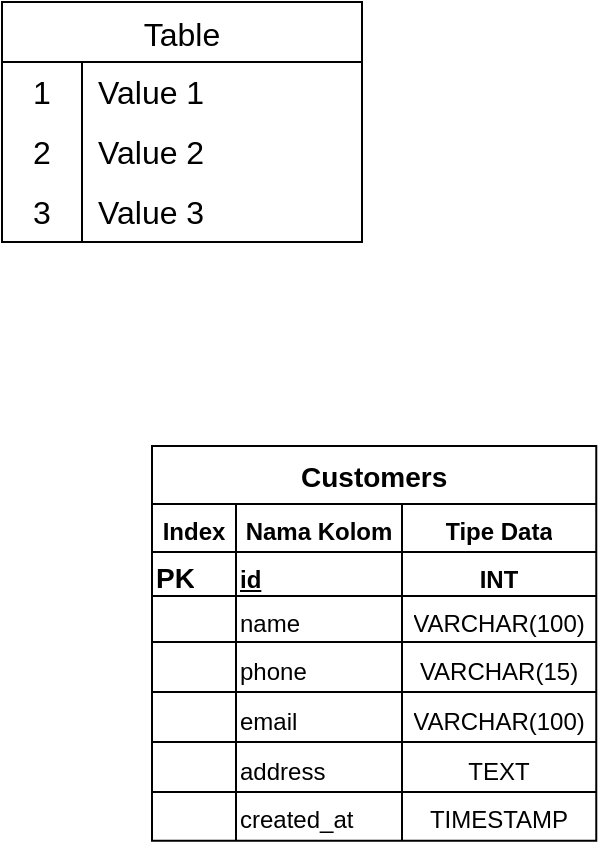
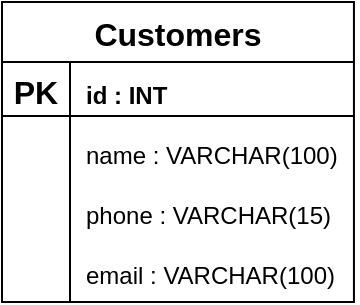
<mxfile host="Electron">
  <diagram name="Page-1" id="kJ8Mc6y_ZzB0DB1dgNBE">
-     <mxGraphModel dx="1063" dy="628" grid="0" gridSize="10" guides="1" tooltips="1" connect="1" arrows="1" fold="1" page="1" pageScale="1" pageWidth="1169" pageHeight="827" background="#ffffff" math="0" shadow="0">
+     <mxGraphModel dx="1747" dy="1031" grid="0" gridSize="10" guides="1" tooltips="1" connect="1" arrows="1" fold="1" page="1" pageScale="1" pageWidth="1169" pageHeight="827" background="#ffffff" math="0" shadow="0">
      <root>
        <mxCell id="0" />
        <mxCell id="1" parent="0" />
-         <mxCell id="spA_d-TOyame6YQLWrdW-179" parent="1" style="shape=table;startSize=30;container=1;collapsible=0;childLayout=tableLayout;fixedRows=1;rowLines=0;fontStyle=0;strokeColor=#000000;fontSize=16;fontColor=#000000;fillColor=#FFFFFF;" value="Table" vertex="1">
-           <mxGeometry height="120" width="180" x="66" y="42" as="geometry" />
+         <mxCell id="spA_d-TOyame6YQLWrdW-179" parent="1" style="shape=table;startSize=30;container=1;collapsible=0;childLayout=tableLayout;fixedRows=1;rowLines=0;fontStyle=1;strokeColor=#000000;fontSize=16;fontColor=#000000;fillColor=#FFFFFF;" value="Customers" vertex="1">
+           <mxGeometry height="150" width="175.9722609747027" x="104" y="78" as="geometry" />
        </mxCell>
        <mxCell id="spA_d-TOyame6YQLWrdW-180" parent="spA_d-TOyame6YQLWrdW-179" style="shape=tableRow;horizontal=0;startSize=0;swimlaneHead=0;swimlaneBody=0;top=0;left=0;bottom=0;right=0;collapsible=0;dropTarget=0;fillColor=none;points=[[0,0.5],[1,0.5]];portConstraint=eastwest;strokeColor=inherit;fontSize=16;" value="" vertex="1">
-           <mxGeometry height="30" width="180" y="30" as="geometry" />
+           <mxGeometry height="30" width="175.9722609747027" y="30" as="geometry" />
        </mxCell>
-         <mxCell id="spA_d-TOyame6YQLWrdW-181" parent="spA_d-TOyame6YQLWrdW-180" style="shape=partialRectangle;html=1;whiteSpace=wrap;connectable=0;fillColor=none;top=0;left=0;bottom=0;right=0;overflow=hidden;pointerEvents=1;strokeColor=#000000;fontSize=16;fontColor=#000000;" value="1" vertex="1">
-           <mxGeometry height="30" width="40" as="geometry">
-             <mxRectangle height="30" width="40" as="alternateBounds" />
+         <mxCell id="spA_d-TOyame6YQLWrdW-181" parent="spA_d-TOyame6YQLWrdW-180" style="shape=partialRectangle;html=1;whiteSpace=wrap;connectable=0;fillColor=none;top=0;left=0;bottom=0;right=0;overflow=hidden;pointerEvents=1;strokeColor=#000000;fontSize=16;fontColor=#000000;" value="&lt;b&gt;PK&lt;/b&gt;" vertex="1">
+           <mxGeometry height="30" width="34" as="geometry">
+             <mxRectangle height="30" width="34" as="alternateBounds" />
          </mxGeometry>
        </mxCell>
-         <mxCell id="spA_d-TOyame6YQLWrdW-182" parent="spA_d-TOyame6YQLWrdW-180" style="shape=partialRectangle;html=1;whiteSpace=wrap;connectable=0;fillColor=none;top=0;left=0;bottom=0;right=0;align=left;spacingLeft=6;overflow=hidden;strokeColor=#000000;fontSize=16;fontColor=#000000;" value="Value 1" vertex="1">
-           <mxGeometry height="30" width="140" x="40" as="geometry">
-             <mxRectangle height="30" width="140" as="alternateBounds" />
+         <mxCell id="spA_d-TOyame6YQLWrdW-182" parent="spA_d-TOyame6YQLWrdW-180" style="shape=partialRectangle;html=1;whiteSpace=wrap;connectable=0;fillColor=none;top=0;left=0;bottom=0;right=0;align=left;spacingLeft=6;overflow=hidden;strokeColor=#000000;fontSize=16;fontColor=#000000;" value="&lt;font style=&quot;font-size: 12px;&quot;&gt;&lt;b&gt;id : INT&lt;/b&gt;&lt;/font&gt;" vertex="1">
+           <mxGeometry height="30" width="142" x="34" as="geometry">
+             <mxRectangle height="30" width="142" as="alternateBounds" />
          </mxGeometry>
        </mxCell>
        <mxCell id="spA_d-TOyame6YQLWrdW-183" parent="spA_d-TOyame6YQLWrdW-179" style="shape=tableRow;horizontal=0;startSize=0;swimlaneHead=0;swimlaneBody=0;top=0;left=0;bottom=0;right=0;collapsible=0;dropTarget=0;fillColor=none;points=[[0,0.5],[1,0.5]];portConstraint=eastwest;strokeColor=inherit;fontSize=16;" value="" vertex="1">
-           <mxGeometry height="30" width="180" y="60" as="geometry" />
+           <mxGeometry height="30" width="175.9722609747027" y="60" as="geometry" />
        </mxCell>
-         <mxCell id="spA_d-TOyame6YQLWrdW-184" parent="spA_d-TOyame6YQLWrdW-183" style="shape=partialRectangle;html=1;whiteSpace=wrap;connectable=0;fillColor=none;top=0;left=0;bottom=0;right=0;overflow=hidden;strokeColor=inherit;fontSize=16;fontColor=#000000;" value="2" vertex="1">
-           <mxGeometry height="30" width="40" as="geometry">
-             <mxRectangle height="30" width="40" as="alternateBounds" />
+         <mxCell id="spA_d-TOyame6YQLWrdW-184" parent="spA_d-TOyame6YQLWrdW-183" style="shape=partialRectangle;html=1;whiteSpace=wrap;connectable=0;fillColor=none;top=0;left=0;bottom=0;right=0;overflow=hidden;strokeColor=inherit;fontSize=16;fontColor=#000000;" value="" vertex="1">
+           <mxGeometry height="30" width="34" as="geometry">
+             <mxRectangle height="30" width="34" as="alternateBounds" />
          </mxGeometry>
        </mxCell>
-         <mxCell id="spA_d-TOyame6YQLWrdW-185" parent="spA_d-TOyame6YQLWrdW-183" style="shape=partialRectangle;html=1;whiteSpace=wrap;connectable=0;fillColor=none;top=0;left=0;bottom=0;right=0;align=left;spacingLeft=6;overflow=hidden;strokeColor=inherit;fontSize=16;fontColor=#000000;" value="Value 2" vertex="1">
-           <mxGeometry height="30" width="140" x="40" as="geometry">
-             <mxRectangle height="30" width="140" as="alternateBounds" />
+         <mxCell id="spA_d-TOyame6YQLWrdW-185" parent="spA_d-TOyame6YQLWrdW-183" style="shape=partialRectangle;html=1;whiteSpace=wrap;connectable=0;fillColor=none;top=0;left=0;bottom=0;right=0;align=left;spacingLeft=6;overflow=hidden;strokeColor=inherit;fontSize=16;fontColor=#000000;" value="&lt;span style=&quot;color: rgb(0, 0, 0); font-size: 12px;&quot;&gt;name :&amp;nbsp;&lt;/span&gt;&lt;span style=&quot;color: rgb(0, 0, 0); font-size: 12px; text-align: center;&quot;&gt;VARCHAR(100)&lt;/span&gt;" vertex="1">
+           <mxGeometry height="30" width="142" x="34" as="geometry">
+             <mxRectangle height="30" width="142" as="alternateBounds" />
          </mxGeometry>
        </mxCell>
        <mxCell id="spA_d-TOyame6YQLWrdW-186" parent="spA_d-TOyame6YQLWrdW-179" style="shape=tableRow;horizontal=0;startSize=0;swimlaneHead=0;swimlaneBody=0;top=0;left=0;bottom=0;right=0;collapsible=0;dropTarget=0;fillColor=none;points=[[0,0.5],[1,0.5]];portConstraint=eastwest;strokeColor=inherit;fontSize=16;" value="" vertex="1">
-           <mxGeometry height="30" width="180" y="90" as="geometry" />
+           <mxGeometry height="30" width="175.9722609747027" y="90" as="geometry" />
        </mxCell>
-         <mxCell id="spA_d-TOyame6YQLWrdW-187" parent="spA_d-TOyame6YQLWrdW-186" style="shape=partialRectangle;html=1;whiteSpace=wrap;connectable=0;fillColor=none;top=0;left=0;bottom=0;right=0;overflow=hidden;strokeColor=inherit;fontSize=16;fontColor=#000000;" value="3" vertex="1">
-           <mxGeometry height="30" width="40" as="geometry">
-             <mxRectangle height="30" width="40" as="alternateBounds" />
+         <mxCell id="spA_d-TOyame6YQLWrdW-187" parent="spA_d-TOyame6YQLWrdW-186" style="shape=partialRectangle;html=1;whiteSpace=wrap;connectable=0;fillColor=none;top=0;left=0;bottom=0;right=0;overflow=hidden;strokeColor=inherit;fontSize=16;fontColor=#000000;" value="" vertex="1">
+           <mxGeometry height="30" width="34" as="geometry">
+             <mxRectangle height="30" width="34" as="alternateBounds" />
          </mxGeometry>
        </mxCell>
-         <mxCell id="spA_d-TOyame6YQLWrdW-188" parent="spA_d-TOyame6YQLWrdW-186" style="shape=partialRectangle;html=1;whiteSpace=wrap;connectable=0;fillColor=none;top=0;left=0;bottom=0;right=0;align=left;spacingLeft=6;overflow=hidden;strokeColor=inherit;fontSize=16;fontColor=#000000;" value="Value 3" vertex="1">
-           <mxGeometry height="30" width="140" x="40" as="geometry">
-             <mxRectangle height="30" width="140" as="alternateBounds" />
+         <mxCell id="spA_d-TOyame6YQLWrdW-188" parent="spA_d-TOyame6YQLWrdW-186" style="shape=partialRectangle;html=1;whiteSpace=wrap;connectable=0;fillColor=none;top=0;left=0;bottom=0;right=0;align=left;spacingLeft=6;overflow=hidden;strokeColor=inherit;fontSize=16;fontColor=#000000;" value="&lt;span style=&quot;color: rgb(0, 0, 0); font-size: 12px;&quot;&gt;phone :&amp;nbsp;&lt;/span&gt;&lt;span style=&quot;color: rgb(0, 0, 0); font-size: 12px; text-align: center;&quot;&gt;VARCHAR(15)&lt;/span&gt;" vertex="1">
+           <mxGeometry height="30" width="142" x="34" as="geometry">
+             <mxRectangle height="30" width="142" as="alternateBounds" />
          </mxGeometry>
        </mxCell>
-         <mxCell id="spA_d-TOyame6YQLWrdW-189" parent="1" style="shape=table;startSize=29;container=1;collapsible=0;childLayout=tableLayout;strokeColor=#000000;fontSize=14;fillColor=#FFFFFF;fontColor=#000000;fontStyle=1" value="Customers" vertex="1">
-           <mxGeometry height="197.42448286576732" width="222.13728496780504" x="141" y="264" as="geometry" />
+         <mxCell id="Xo8xpW6T9qOqPY2RvKqo-4" parent="spA_d-TOyame6YQLWrdW-179" style="shape=tableRow;horizontal=0;startSize=0;swimlaneHead=0;swimlaneBody=0;top=0;left=0;bottom=0;right=0;collapsible=0;dropTarget=0;fillColor=none;points=[[0,0.5],[1,0.5]];portConstraint=eastwest;strokeColor=inherit;fontSize=16;" value="" vertex="1">
+           <mxGeometry height="30" width="175.9722609747027" y="120" as="geometry" />
        </mxCell>
-         <mxCell id="spA_d-TOyame6YQLWrdW-190" parent="spA_d-TOyame6YQLWrdW-189" style="shape=tableRow;horizontal=0;startSize=0;swimlaneHead=0;swimlaneBody=0;strokeColor=#000000;top=0;left=0;bottom=0;right=0;collapsible=0;dropTarget=0;fillColor=none;points=[[0,0.5],[1,0.5]];portConstraint=eastwest;fontSize=16;" value="" vertex="1">
-           <mxGeometry height="24" width="222.13728496780504" y="29" as="geometry" />
-         </mxCell>
-         <mxCell id="spA_d-TOyame6YQLWrdW-191" parent="spA_d-TOyame6YQLWrdW-190" style="shape=partialRectangle;html=1;whiteSpace=wrap;connectable=0;strokeColor=#000000;overflow=hidden;fillColor=none;top=0;left=0;bottom=0;right=0;pointerEvents=1;fontSize=16;align=center;" value="&lt;font color=&quot;#000000&quot;&gt;&lt;span style=&quot;font-size: 12px;&quot;&gt;&lt;b&gt;Index&lt;/b&gt;&lt;/span&gt;&lt;/font&gt;" vertex="1">
-           <mxGeometry height="24" width="42" as="geometry">
-             <mxRectangle height="24" width="42" as="alternateBounds" />
+         <mxCell id="Xo8xpW6T9qOqPY2RvKqo-5" parent="Xo8xpW6T9qOqPY2RvKqo-4" style="shape=partialRectangle;html=1;whiteSpace=wrap;connectable=0;fillColor=none;top=0;left=0;bottom=0;right=0;overflow=hidden;strokeColor=inherit;fontSize=16;fontColor=#000000;" value="" vertex="1">
+           <mxGeometry height="30" width="34" as="geometry">
+             <mxRectangle height="30" width="34" as="alternateBounds" />
          </mxGeometry>
        </mxCell>
-         <mxCell id="spA_d-TOyame6YQLWrdW-192" parent="spA_d-TOyame6YQLWrdW-190" style="shape=partialRectangle;html=1;whiteSpace=wrap;connectable=0;strokeColor=#000000;overflow=hidden;fillColor=none;top=0;left=0;bottom=0;right=0;pointerEvents=1;fontSize=16;" value="&lt;b style=&quot;color: rgb(0, 0, 0); font-size: 12px;&quot;&gt;Nama Kolom&lt;/b&gt;" vertex="1">
-           <mxGeometry height="24" width="83" x="42" as="geometry">
-             <mxRectangle height="24" width="83" as="alternateBounds" />
+         <mxCell id="Xo8xpW6T9qOqPY2RvKqo-6" parent="Xo8xpW6T9qOqPY2RvKqo-4" style="shape=partialRectangle;html=1;whiteSpace=wrap;connectable=0;fillColor=none;top=0;left=0;bottom=0;right=0;align=left;spacingLeft=6;overflow=hidden;strokeColor=inherit;fontSize=16;fontColor=#000000;" value="&lt;span style=&quot;color: rgb(0, 0, 0); font-size: 12px;&quot;&gt;email :&amp;nbsp;&lt;/span&gt;&lt;span style=&quot;color: rgb(0, 0, 0); font-size: 12px; text-align: center;&quot;&gt;VARCHAR(100)&lt;/span&gt;" vertex="1">
+           <mxGeometry height="30" width="142" x="34" as="geometry">
+             <mxRectangle height="30" width="142" as="alternateBounds" />
          </mxGeometry>
        </mxCell>
-         <mxCell id="spA_d-TOyame6YQLWrdW-193" parent="spA_d-TOyame6YQLWrdW-190" style="shape=partialRectangle;html=1;whiteSpace=wrap;connectable=0;strokeColor=#000000;overflow=hidden;fillColor=none;top=0;left=0;bottom=0;right=0;pointerEvents=1;fontSize=16;" value="&lt;b style=&quot;color: rgb(0, 0, 0); font-size: 12px;&quot;&gt;Tipe Data&lt;/b&gt;&lt;span data-path-to-node=&quot;10,1,1,0&quot;&gt;&lt;/span&gt;" vertex="1">
-           <mxGeometry height="24" width="97" x="125" as="geometry">
-             <mxRectangle height="24" width="97" as="alternateBounds" />
-           </mxGeometry>
-         </mxCell>
-         <mxCell id="spA_d-TOyame6YQLWrdW-194" parent="spA_d-TOyame6YQLWrdW-189" style="shape=tableRow;horizontal=0;startSize=0;swimlaneHead=0;swimlaneBody=0;strokeColor=#000000;top=0;left=0;bottom=0;right=0;collapsible=0;dropTarget=0;fillColor=none;points=[[0,0.5],[1,0.5]];portConstraint=eastwest;fontSize=16;" value="" vertex="1">
-           <mxGeometry height="22" width="222.13728496780504" y="53" as="geometry" />
-         </mxCell>
-         <mxCell id="spA_d-TOyame6YQLWrdW-195" parent="spA_d-TOyame6YQLWrdW-194" style="shape=partialRectangle;html=1;whiteSpace=wrap;connectable=0;strokeColor=#000000;overflow=hidden;fillColor=none;top=0;left=0;bottom=0;right=0;pointerEvents=1;fontSize=16;align=left;" value="&lt;b style=&quot;color: rgb(0, 0, 0);&quot;&gt;&lt;font style=&quot;font-size: 14px;&quot;&gt;PK&lt;/font&gt;&lt;/b&gt;" vertex="1">
-           <mxGeometry height="22" width="42" as="geometry">
-             <mxRectangle height="22" width="42" as="alternateBounds" />
-           </mxGeometry>
-         </mxCell>
-         <mxCell id="spA_d-TOyame6YQLWrdW-196" parent="spA_d-TOyame6YQLWrdW-194" style="shape=partialRectangle;html=1;whiteSpace=wrap;connectable=0;strokeColor=#000000;overflow=hidden;fillColor=none;top=0;left=0;bottom=0;right=0;pointerEvents=1;fontSize=16;align=left;" value="&lt;div style=&quot;&quot;&gt;&lt;span style=&quot;color: rgb(0, 0, 0); font-size: 12px; font-weight: 700; text-decoration: underline;&quot;&gt;id&lt;/span&gt;&lt;/div&gt;&lt;span data-path-to-node=&quot;9,1,0,0&quot;&gt;&lt;/span&gt;" vertex="1">
-           <mxGeometry height="22" width="83" x="42" as="geometry">
-             <mxRectangle height="22" width="83" as="alternateBounds" />
-           </mxGeometry>
-         </mxCell>
-         <mxCell id="spA_d-TOyame6YQLWrdW-197" parent="spA_d-TOyame6YQLWrdW-194" style="shape=partialRectangle;html=1;whiteSpace=wrap;connectable=0;strokeColor=#000000;overflow=hidden;fillColor=none;top=0;left=0;bottom=0;right=0;pointerEvents=1;fontSize=16;align=center;" value="&lt;b style=&quot;color: rgb(0, 0, 0); font-size: 12px;&quot;&gt;INT&lt;/b&gt;" vertex="1">
-           <mxGeometry height="22" width="97" x="125" as="geometry">
-             <mxRectangle height="22" width="97" as="alternateBounds" />
-           </mxGeometry>
-         </mxCell>
-         <mxCell id="spA_d-TOyame6YQLWrdW-198" parent="spA_d-TOyame6YQLWrdW-189" style="shape=tableRow;horizontal=0;startSize=0;swimlaneHead=0;swimlaneBody=0;strokeColor=#000000;top=0;left=0;bottom=0;right=0;collapsible=0;dropTarget=0;fillColor=none;points=[[0,0.5],[1,0.5]];portConstraint=eastwest;fontSize=16;" value="" vertex="1">
-           <mxGeometry height="23" width="222.13728496780504" y="75" as="geometry" />
-         </mxCell>
-         <mxCell id="spA_d-TOyame6YQLWrdW-199" parent="spA_d-TOyame6YQLWrdW-198" style="shape=partialRectangle;html=1;whiteSpace=wrap;connectable=0;strokeColor=#000000;overflow=hidden;fillColor=none;top=0;left=0;bottom=0;right=0;pointerEvents=1;fontSize=16;align=left;" value="" vertex="1">
-           <mxGeometry height="23" width="42" as="geometry">
-             <mxRectangle height="23" width="42" as="alternateBounds" />
-           </mxGeometry>
-         </mxCell>
-         <mxCell id="spA_d-TOyame6YQLWrdW-200" parent="spA_d-TOyame6YQLWrdW-198" style="shape=partialRectangle;html=1;whiteSpace=wrap;connectable=0;strokeColor=#000000;overflow=hidden;fillColor=none;top=0;left=0;bottom=0;right=0;pointerEvents=1;fontSize=16;align=left;" value="&lt;div style=&quot;&quot;&gt;&lt;span style=&quot;color: rgb(0, 0, 0); font-size: 12px; background-color: transparent;&quot;&gt;name&lt;/span&gt;&lt;/div&gt;&lt;span data-path-to-node=&quot;9,2,0,0&quot;&gt;&lt;/span&gt;" vertex="1">
-           <mxGeometry height="23" width="83" x="42" as="geometry">
-             <mxRectangle height="23" width="83" as="alternateBounds" />
-           </mxGeometry>
-         </mxCell>
-         <mxCell id="spA_d-TOyame6YQLWrdW-201" parent="spA_d-TOyame6YQLWrdW-198" style="shape=partialRectangle;html=1;whiteSpace=wrap;connectable=0;strokeColor=#000000;overflow=hidden;fillColor=none;top=0;left=0;bottom=0;right=0;pointerEvents=1;fontSize=16;align=center;" value="&lt;span style=&quot;color: rgb(0, 0, 0); font-size: 12px;&quot;&gt;VARCHAR(100)&lt;/span&gt;" vertex="1">
-           <mxGeometry height="23" width="97" x="125" as="geometry">
-             <mxRectangle height="23" width="97" as="alternateBounds" />
-           </mxGeometry>
-         </mxCell>
-         <mxCell id="spA_d-TOyame6YQLWrdW-202" parent="spA_d-TOyame6YQLWrdW-189" style="shape=tableRow;horizontal=0;startSize=0;swimlaneHead=0;swimlaneBody=0;strokeColor=#000000;top=0;left=0;bottom=0;right=0;collapsible=0;dropTarget=0;fillColor=none;points=[[0,0.5],[1,0.5]];portConstraint=eastwest;fontSize=16;" value="" vertex="1">
-           <mxGeometry height="25" width="222.13728496780504" y="98" as="geometry" />
-         </mxCell>
-         <mxCell id="spA_d-TOyame6YQLWrdW-203" parent="spA_d-TOyame6YQLWrdW-202" style="shape=partialRectangle;html=1;whiteSpace=wrap;connectable=0;strokeColor=#000000;overflow=hidden;fillColor=none;top=0;left=0;bottom=0;right=0;pointerEvents=1;fontSize=16;align=left;" value="" vertex="1">
-           <mxGeometry height="25" width="42" as="geometry">
-             <mxRectangle height="25" width="42" as="alternateBounds" />
-           </mxGeometry>
-         </mxCell>
-         <mxCell id="spA_d-TOyame6YQLWrdW-204" parent="spA_d-TOyame6YQLWrdW-202" style="shape=partialRectangle;html=1;whiteSpace=wrap;connectable=0;strokeColor=#000000;overflow=hidden;fillColor=none;top=0;left=0;bottom=0;right=0;pointerEvents=1;fontSize=16;align=left;" value="&lt;span data-path-to-node=&quot;11,3,0,0&quot;&gt;&lt;/span&gt;&lt;span style=&quot;color: rgb(0, 0, 0); font-size: 12px;&quot;&gt;phone&lt;/span&gt;" vertex="1">
-           <mxGeometry height="25" width="83" x="42" as="geometry">
-             <mxRectangle height="25" width="83" as="alternateBounds" />
-           </mxGeometry>
-         </mxCell>
-         <mxCell id="spA_d-TOyame6YQLWrdW-205" parent="spA_d-TOyame6YQLWrdW-202" style="shape=partialRectangle;html=1;whiteSpace=wrap;connectable=0;strokeColor=#000000;overflow=hidden;fillColor=none;top=0;left=0;bottom=0;right=0;pointerEvents=1;fontSize=16;align=center;" value="&lt;span style=&quot;color: rgb(0, 0, 0); font-size: 12px;&quot;&gt;VARCHAR(15)&lt;/span&gt;" vertex="1">
-           <mxGeometry height="25" width="97" x="125" as="geometry">
-             <mxRectangle height="25" width="97" as="alternateBounds" />
-           </mxGeometry>
-         </mxCell>
-         <mxCell id="spA_d-TOyame6YQLWrdW-206" parent="spA_d-TOyame6YQLWrdW-189" style="shape=tableRow;horizontal=0;startSize=0;swimlaneHead=0;swimlaneBody=0;strokeColor=#000000;top=0;left=0;bottom=0;right=0;collapsible=0;dropTarget=0;fillColor=none;points=[[0,0.5],[1,0.5]];portConstraint=eastwest;fontSize=16;" value="" vertex="1">
-           <mxGeometry height="25" width="222.13728496780504" y="123" as="geometry" />
-         </mxCell>
-         <mxCell id="spA_d-TOyame6YQLWrdW-207" parent="spA_d-TOyame6YQLWrdW-206" style="shape=partialRectangle;html=1;whiteSpace=wrap;connectable=0;strokeColor=#000000;overflow=hidden;fillColor=none;top=0;left=0;bottom=0;right=0;pointerEvents=1;fontSize=16;align=left;" value="" vertex="1">
-           <mxGeometry height="25" width="42" as="geometry">
-             <mxRectangle height="25" width="42" as="alternateBounds" />
-           </mxGeometry>
-         </mxCell>
-         <mxCell id="spA_d-TOyame6YQLWrdW-208" parent="spA_d-TOyame6YQLWrdW-206" style="shape=partialRectangle;html=1;whiteSpace=wrap;connectable=0;strokeColor=#000000;overflow=hidden;fillColor=none;top=0;left=0;bottom=0;right=0;pointerEvents=1;fontSize=16;align=left;" value="&lt;div style=&quot;&quot;&gt;&lt;span style=&quot;color: rgb(0, 0, 0); font-size: 12px; background-color: transparent;&quot;&gt;email&lt;/span&gt;&lt;/div&gt;&lt;span data-path-to-node=&quot;11,3,0,0&quot;&gt;&lt;/span&gt;" vertex="1">
-           <mxGeometry height="25" width="83" x="42" as="geometry">
-             <mxRectangle height="25" width="83" as="alternateBounds" />
-           </mxGeometry>
-         </mxCell>
-         <mxCell id="spA_d-TOyame6YQLWrdW-209" parent="spA_d-TOyame6YQLWrdW-206" style="shape=partialRectangle;html=1;whiteSpace=wrap;connectable=0;strokeColor=#000000;overflow=hidden;fillColor=none;top=0;left=0;bottom=0;right=0;pointerEvents=1;fontSize=16;align=center;" value="&lt;span style=&quot;color: rgb(0, 0, 0); font-size: 12px;&quot;&gt;VARCHAR(100)&lt;/span&gt;" vertex="1">
-           <mxGeometry height="25" width="97" x="125" as="geometry">
-             <mxRectangle height="25" width="97" as="alternateBounds" />
-           </mxGeometry>
-         </mxCell>
-         <mxCell id="spA_d-TOyame6YQLWrdW-210" parent="spA_d-TOyame6YQLWrdW-189" style="shape=tableRow;horizontal=0;startSize=0;swimlaneHead=0;swimlaneBody=0;strokeColor=#000000;top=0;left=0;bottom=0;right=0;collapsible=0;dropTarget=0;fillColor=none;points=[[0,0.5],[1,0.5]];portConstraint=eastwest;fontSize=16;" value="" vertex="1">
-           <mxGeometry height="25" width="222.13728496780504" y="148" as="geometry" />
-         </mxCell>
-         <mxCell id="spA_d-TOyame6YQLWrdW-211" parent="spA_d-TOyame6YQLWrdW-210" style="shape=partialRectangle;html=1;whiteSpace=wrap;connectable=0;strokeColor=#000000;overflow=hidden;fillColor=none;top=0;left=0;bottom=0;right=0;pointerEvents=1;fontSize=16;align=left;" value="" vertex="1">
-           <mxGeometry height="25" width="42" as="geometry">
-             <mxRectangle height="25" width="42" as="alternateBounds" />
-           </mxGeometry>
-         </mxCell>
-         <mxCell id="spA_d-TOyame6YQLWrdW-212" parent="spA_d-TOyame6YQLWrdW-210" style="shape=partialRectangle;html=1;whiteSpace=wrap;connectable=0;strokeColor=#000000;overflow=hidden;fillColor=none;top=0;left=0;bottom=0;right=0;pointerEvents=1;fontSize=16;align=left;" value="&lt;span data-path-to-node=&quot;11,3,0,0&quot;&gt;&lt;/span&gt;&lt;span style=&quot;color: rgb(0, 0, 0); font-size: 12px;&quot;&gt;address&lt;/span&gt;" vertex="1">
-           <mxGeometry height="25" width="83" x="42" as="geometry">
-             <mxRectangle height="25" width="83" as="alternateBounds" />
-           </mxGeometry>
-         </mxCell>
-         <mxCell id="spA_d-TOyame6YQLWrdW-213" parent="spA_d-TOyame6YQLWrdW-210" style="shape=partialRectangle;html=1;whiteSpace=wrap;connectable=0;strokeColor=#000000;overflow=hidden;fillColor=none;top=0;left=0;bottom=0;right=0;pointerEvents=1;fontSize=16;align=center;" value="&lt;span style=&quot;color: rgb(0, 0, 0); font-size: 12px;&quot;&gt;TEXT&lt;/span&gt;" vertex="1">
-           <mxGeometry height="25" width="97" x="125" as="geometry">
-             <mxRectangle height="25" width="97" as="alternateBounds" />
-           </mxGeometry>
-         </mxCell>
-         <mxCell id="spA_d-TOyame6YQLWrdW-214" parent="spA_d-TOyame6YQLWrdW-189" style="shape=tableRow;horizontal=0;startSize=0;swimlaneHead=0;swimlaneBody=0;strokeColor=#000000;top=0;left=0;bottom=0;right=0;collapsible=0;dropTarget=0;fillColor=none;points=[[0,0.5],[1,0.5]];portConstraint=eastwest;fontSize=16;" value="" vertex="1">
-           <mxGeometry height="24" width="222.13728496780504" y="173" as="geometry" />
-         </mxCell>
-         <mxCell id="spA_d-TOyame6YQLWrdW-215" parent="spA_d-TOyame6YQLWrdW-214" style="shape=partialRectangle;html=1;whiteSpace=wrap;connectable=0;strokeColor=#000000;overflow=hidden;fillColor=none;top=0;left=0;bottom=0;right=0;pointerEvents=1;fontSize=16;align=left;" value="" vertex="1">
-           <mxGeometry height="24" width="42" as="geometry">
-             <mxRectangle height="24" width="42" as="alternateBounds" />
-           </mxGeometry>
-         </mxCell>
-         <mxCell id="spA_d-TOyame6YQLWrdW-216" parent="spA_d-TOyame6YQLWrdW-214" style="shape=partialRectangle;html=1;whiteSpace=wrap;connectable=0;strokeColor=#000000;overflow=hidden;fillColor=none;top=0;left=0;bottom=0;right=0;pointerEvents=1;fontSize=16;align=left;" value="&lt;span data-path-to-node=&quot;11,3,0,0&quot;&gt;&lt;/span&gt;&lt;span style=&quot;color: rgb(0, 0, 0); font-size: 12px;&quot;&gt;created_at&lt;/span&gt;" vertex="1">
-           <mxGeometry height="24" width="83" x="42" as="geometry">
-             <mxRectangle height="24" width="83" as="alternateBounds" />
-           </mxGeometry>
-         </mxCell>
-         <mxCell id="spA_d-TOyame6YQLWrdW-217" parent="spA_d-TOyame6YQLWrdW-214" style="shape=partialRectangle;html=1;whiteSpace=wrap;connectable=0;strokeColor=#000000;overflow=hidden;fillColor=none;top=0;left=0;bottom=0;right=0;pointerEvents=1;fontSize=16;align=center;" value="&lt;span style=&quot;color: rgb(0, 0, 0); font-size: 12px;&quot;&gt;TIMESTAMP&lt;/span&gt;" vertex="1">
-           <mxGeometry height="24" width="97" x="125" as="geometry">
-             <mxRectangle height="24" width="97" as="alternateBounds" />
+         <mxCell id="Xo8xpW6T9qOqPY2RvKqo-3" edge="1" parent="spA_d-TOyame6YQLWrdW-179" source="spA_d-TOyame6YQLWrdW-180" style="endArrow=none;html=1;rounded=0;strokeColor=#000000;entryX=1.002;entryY=0.898;entryDx=0;entryDy=0;entryPerimeter=0;exitX=0;exitY=0.9;exitDx=0;exitDy=0;exitPerimeter=0;" target="spA_d-TOyame6YQLWrdW-180" value="">
+           <mxGeometry height="50" relative="1" width="50" as="geometry">
+             <mxPoint x="72" y="102" as="sourcePoint" />
+             <mxPoint x="122" y="52" as="targetPoint" />
          </mxGeometry>
        </mxCell>
      </root>
    </mxGraphModel>
  </diagram>
</mxfile>
